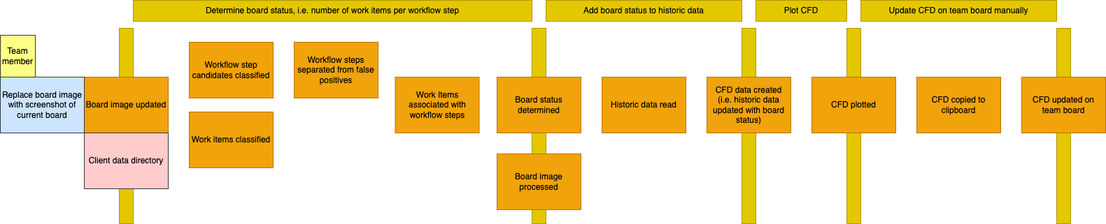
Above: docs/02_refine_subdomains.png in wonderbird/kanban_metrics (draw.io), before the change. Source tidied: cells renumbered, new cells last; positions are measured from the earlier drawing's top-left corner, leaving out a move shared by most shapes. The source it was exported from:
```xml
<mxGraphModel>
  <root>
    <mxCell id="0" />
    <mxCell id="1" parent="0" />
    <mxCell id="2" style="rounded=0;whiteSpace=wrap;html=1;fillColor=#e3c800;strokeColor=#B09500;fontColor=#000000;" parent="1" vertex="1">
      <mxGeometry x="1210" y="40" width="20" height="280" as="geometry" />
    </mxCell>
    <mxCell id="3" style="rounded=0;whiteSpace=wrap;html=1;fillColor=#e3c800;strokeColor=#B09500;fontColor=#000000;" parent="1" vertex="1">
      <mxGeometry x="1510" y="40" width="20" height="280" as="geometry" />
    </mxCell>
    <mxCell id="4" style="rounded=0;whiteSpace=wrap;html=1;fillColor=#e3c800;strokeColor=#B09500;fontColor=#000000;" parent="1" vertex="1">
      <mxGeometry x="170" y="40" width="20" height="280" as="geometry" />
    </mxCell>
    <mxCell id="5" style="rounded=0;whiteSpace=wrap;html=1;fillColor=#e3c800;strokeColor=#B09500;fontColor=#000000;" parent="1" vertex="1">
      <mxGeometry x="1060" y="40" width="20" height="280" as="geometry" />
    </mxCell>
    <mxCell id="6" style="rounded=0;whiteSpace=wrap;html=1;fillColor=#e3c800;strokeColor=#B09500;fontColor=#000000;" parent="1" vertex="1">
      <mxGeometry x="760" y="40" width="20" height="280" as="geometry" />
    </mxCell>
    <mxCell id="7" value="CFD plotted" style="rounded=0;whiteSpace=wrap;html=1;fillColor=#f0a30a;fontColor=#000000;strokeColor=#BD7000;" parent="1" vertex="1">
      <mxGeometry x="1160" y="110" width="120" height="80" as="geometry" />
    </mxCell>
    <mxCell id="8" value="Board status determined" style="rounded=0;whiteSpace=wrap;html=1;fillColor=#f0a30a;fontColor=#000000;strokeColor=#BD7000;" parent="1" vertex="1">
      <mxGeometry x="710" y="110" width="120" height="80" as="geometry" />
    </mxCell>
    <mxCell id="9" value="Work Items associated with workflow steps" style="rounded=0;whiteSpace=wrap;html=1;fillColor=#f0a30a;fontColor=#000000;strokeColor=#BD7000;" parent="1" vertex="1">
      <mxGeometry x="564.5" y="110" width="120" height="80" as="geometry" />
    </mxCell>
    <mxCell id="10" value="Workflow steps separated from false positives" style="rounded=0;whiteSpace=wrap;html=1;fillColor=#f0a30a;fontColor=#000000;strokeColor=#BD7000;" parent="1" vertex="1">
      <mxGeometry x="420" y="60" width="120" height="80" as="geometry" />
    </mxCell>
    <mxCell id="11" value="Board image processed" style="rounded=0;whiteSpace=wrap;html=1;fillColor=#f0a30a;fontColor=#000000;strokeColor=#BD7000;" parent="1" vertex="1">
      <mxGeometry x="710" y="220" width="120" height="80" as="geometry" />
    </mxCell>
    <mxCell id="12" value="Determine board status, i.e. number of work items per workflow step" style="rounded=0;whiteSpace=wrap;html=1;fillColor=#e3c800;strokeColor=#B09500;fontColor=#000000;" parent="1" vertex="1">
      <mxGeometry x="190" width="570" height="30" as="geometry" />
    </mxCell>
    <mxCell id="13" value="CFD data created&lt;br&gt;(i.e. historic data updated with board status)" style="rounded=0;whiteSpace=wrap;html=1;fillColor=#f0a30a;fontColor=#000000;strokeColor=#BD7000;" parent="1" vertex="1">
      <mxGeometry x="1010" y="110" width="120" height="80" as="geometry" />
    </mxCell>
    <mxCell id="14" value="Historic data read" style="rounded=0;whiteSpace=wrap;html=1;fillColor=#f0a30a;fontColor=#000000;strokeColor=#BD7000;" parent="1" vertex="1">
      <mxGeometry x="860" y="110" width="120" height="80" as="geometry" />
    </mxCell>
    <mxCell id="15" value="Work items classified" style="rounded=0;whiteSpace=wrap;html=1;fillColor=#f0a30a;fontColor=#000000;strokeColor=#BD7000;" parent="1" vertex="1">
      <mxGeometry x="270" y="160" width="120" height="80" as="geometry" />
    </mxCell>
    <mxCell id="16" value="Workflow step candidates classified" style="rounded=0;whiteSpace=wrap;html=1;fillColor=#f0a30a;fontColor=#000000;strokeColor=#BD7000;" parent="1" vertex="1">
      <mxGeometry x="270" y="60" width="120" height="80" as="geometry" />
    </mxCell>
    <mxCell id="17" value="Add board status to historic data" style="rounded=0;whiteSpace=wrap;html=1;fillColor=#e3c800;strokeColor=#B09500;fontColor=#000000;" parent="1" vertex="1">
      <mxGeometry x="780" width="280" height="30" as="geometry" />
    </mxCell>
    <mxCell id="18" value="Update CFD on team board manually" style="rounded=0;whiteSpace=wrap;html=1;fillColor=#e3c800;strokeColor=#B09500;fontColor=#000000;" parent="1" vertex="1">
      <mxGeometry x="1230" width="280" height="30" as="geometry" />
    </mxCell>
    <mxCell id="19" value="Board image updated" style="rounded=0;whiteSpace=wrap;html=1;fillColor=#f0a30a;fontColor=#000000;strokeColor=#BD7000;" parent="1" vertex="1">
      <mxGeometry x="120" y="110" width="120" height="80" as="geometry" />
    </mxCell>
    <mxCell id="20" value="CFD copied to clipboard" style="rounded=0;whiteSpace=wrap;html=1;fillColor=#f0a30a;fontColor=#000000;strokeColor=#BD7000;" parent="1" vertex="1">
      <mxGeometry x="1310" y="110" width="120" height="80" as="geometry" />
    </mxCell>
    <mxCell id="21" value="CFD updated on team board" style="rounded=0;whiteSpace=wrap;html=1;fillColor=#f0a30a;fontColor=#000000;strokeColor=#BD7000;" parent="1" vertex="1">
      <mxGeometry x="1460" y="110" width="120" height="80" as="geometry" />
    </mxCell>
    <mxCell id="22" value="Plot CFD" style="rounded=0;whiteSpace=wrap;html=1;fillColor=#e3c800;strokeColor=#B09500;fontColor=#000000;" parent="1" vertex="1">
      <mxGeometry x="1080" width="130" height="30" as="geometry" />
    </mxCell>
    <mxCell id="23" value="Client data directory" style="rounded=0;whiteSpace=wrap;html=1;fillColor=#ffcccc;strokeColor=#36393d;fontColor=#000000;" parent="1" vertex="1">
      <mxGeometry x="120" y="190" width="120" height="80" as="geometry" />
    </mxCell>
    <mxCell id="24" value="Replace board image with screenshot of current board" style="rounded=0;whiteSpace=wrap;html=1;fillColor=#cce5ff;strokeColor=#36393d;fontColor=#000000;" parent="1" vertex="1">
      <mxGeometry y="110" width="120" height="80" as="geometry" />
    </mxCell>
    <mxCell id="25" value="Team member" style="rounded=0;whiteSpace=wrap;html=1;fillColor=#ffff88;strokeColor=#36393d;fontColor=#000000;" parent="1" vertex="1">
      <mxGeometry y="50" width="50" height="60" as="geometry" />
    </mxCell>
  </root>
</mxGraphModel>
```
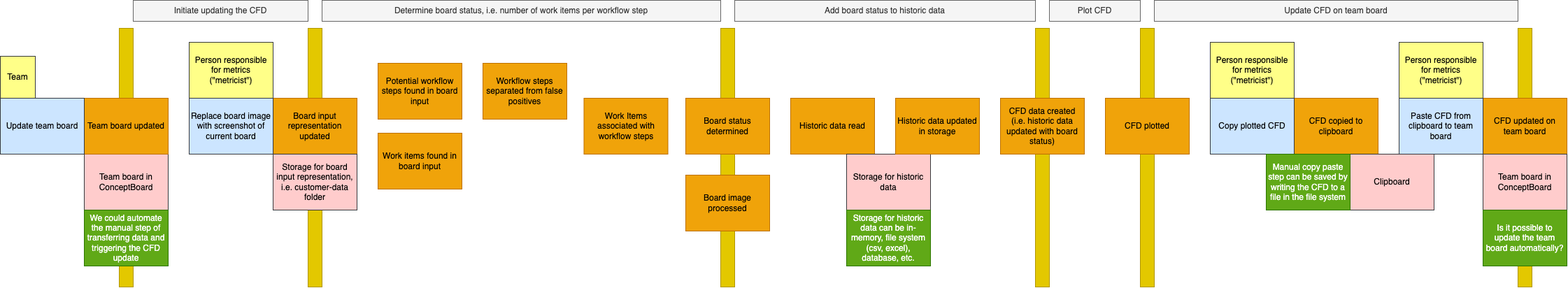
Later version of the same file.

Commit message:
docs: refine the big picture event storming

The edit, as a diff of the source:
```diff
@@ -2,23 +2,26 @@
   <root>
     <mxCell id="0" />
     <mxCell id="1" parent="0" />
+    <mxCell id="26" style="rounded=0;whiteSpace=wrap;html=1;fillColor=#e3c800;strokeColor=#B09500;fontColor=#000000;" parent="1" vertex="1">
+      <mxGeometry x="-100" y="10" width="20" height="370" as="geometry" />
+    </mxCell>
     <mxCell id="2" style="rounded=0;whiteSpace=wrap;html=1;fillColor=#e3c800;strokeColor=#B09500;fontColor=#000000;" parent="1" vertex="1">
-      <mxGeometry x="1210" y="40" width="20" height="280" as="geometry" />
+      <mxGeometry x="1360" y="10" width="20" height="370" as="geometry" />
     </mxCell>
     <mxCell id="3" style="rounded=0;whiteSpace=wrap;html=1;fillColor=#e3c800;strokeColor=#B09500;fontColor=#000000;" parent="1" vertex="1">
-      <mxGeometry x="1510" y="40" width="20" height="280" as="geometry" />
+      <mxGeometry x="1900" y="10" width="20" height="370" as="geometry" />
     </mxCell>
     <mxCell id="4" style="rounded=0;whiteSpace=wrap;html=1;fillColor=#e3c800;strokeColor=#B09500;fontColor=#000000;" parent="1" vertex="1">
-      <mxGeometry x="170" y="40" width="20" height="280" as="geometry" />
+      <mxGeometry x="170" y="10" width="20" height="370" as="geometry" />
     </mxCell>
     <mxCell id="5" style="rounded=0;whiteSpace=wrap;html=1;fillColor=#e3c800;strokeColor=#B09500;fontColor=#000000;" parent="1" vertex="1">
-      <mxGeometry x="1060" y="40" width="20" height="280" as="geometry" />
+      <mxGeometry x="1210" y="10" width="20" height="370" as="geometry" />
     </mxCell>
     <mxCell id="6" style="rounded=0;whiteSpace=wrap;html=1;fillColor=#e3c800;strokeColor=#B09500;fontColor=#000000;" parent="1" vertex="1">
-      <mxGeometry x="760" y="40" width="20" height="280" as="geometry" />
+      <mxGeometry x="760" y="10" width="20" height="370" as="geometry" />
     </mxCell>
     <mxCell id="7" value="CFD plotted" style="rounded=0;whiteSpace=wrap;html=1;fillColor=#f0a30a;fontColor=#000000;strokeColor=#BD7000;" parent="1" vertex="1">
-      <mxGeometry x="1160" y="110" width="120" height="80" as="geometry" />
+      <mxGeometry x="1310" y="110" width="120" height="80" as="geometry" />
     </mxCell>
     <mxCell id="8" value="Board status determined" style="rounded=0;whiteSpace=wrap;html=1;fillColor=#f0a30a;fontColor=#000000;strokeColor=#BD7000;" parent="1" vertex="1">
       <mxGeometry x="710" y="110" width="120" height="80" as="geometry" />
@@ -32,47 +35,98 @@
     <mxCell id="11" value="Board image processed" style="rounded=0;whiteSpace=wrap;html=1;fillColor=#f0a30a;fontColor=#000000;strokeColor=#BD7000;" parent="1" vertex="1">
       <mxGeometry x="710" y="220" width="120" height="80" as="geometry" />
     </mxCell>
-    <mxCell id="12" value="Determine board status, i.e. number of work items per workflow step" style="rounded=0;whiteSpace=wrap;html=1;fillColor=#e3c800;strokeColor=#B09500;fontColor=#000000;" parent="1" vertex="1">
-      <mxGeometry x="190" width="570" height="30" as="geometry" />
+    <mxCell id="12" value="Determine board status, i.e. number of work items per workflow step" style="rounded=0;whiteSpace=wrap;html=1;fillColor=#f5f5f5;strokeColor=#666666;fontColor=#333333;" parent="1" vertex="1">
+      <mxGeometry x="190" y="-30" width="570" height="30" as="geometry" />
     </mxCell>
     <mxCell id="13" value="CFD data created&lt;br&gt;(i.e. historic data updated with board status)" style="rounded=0;whiteSpace=wrap;html=1;fillColor=#f0a30a;fontColor=#000000;strokeColor=#BD7000;" parent="1" vertex="1">
-      <mxGeometry x="1010" y="110" width="120" height="80" as="geometry" />
+      <mxGeometry x="1160" y="110" width="120" height="80" as="geometry" />
     </mxCell>
     <mxCell id="14" value="Historic data read" style="rounded=0;whiteSpace=wrap;html=1;fillColor=#f0a30a;fontColor=#000000;strokeColor=#BD7000;" parent="1" vertex="1">
       <mxGeometry x="860" y="110" width="120" height="80" as="geometry" />
     </mxCell>
-    <mxCell id="15" value="Work items classified" style="rounded=0;whiteSpace=wrap;html=1;fillColor=#f0a30a;fontColor=#000000;strokeColor=#BD7000;" parent="1" vertex="1">
+    <mxCell id="15" value="Work items found in board input" style="rounded=0;whiteSpace=wrap;html=1;fillColor=#f0a30a;fontColor=#000000;strokeColor=#BD7000;" parent="1" vertex="1">
       <mxGeometry x="270" y="160" width="120" height="80" as="geometry" />
     </mxCell>
-    <mxCell id="16" value="Workflow step candidates classified" style="rounded=0;whiteSpace=wrap;html=1;fillColor=#f0a30a;fontColor=#000000;strokeColor=#BD7000;" parent="1" vertex="1">
+    <mxCell id="16" value="Potential workflow steps found in board input" style="rounded=0;whiteSpace=wrap;html=1;fillColor=#f0a30a;fontColor=#000000;strokeColor=#BD7000;" parent="1" vertex="1">
       <mxGeometry x="270" y="60" width="120" height="80" as="geometry" />
     </mxCell>
-    <mxCell id="17" value="Add board status to historic data" style="rounded=0;whiteSpace=wrap;html=1;fillColor=#e3c800;strokeColor=#B09500;fontColor=#000000;" parent="1" vertex="1">
-      <mxGeometry x="780" width="280" height="30" as="geometry" />
+    <mxCell id="17" value="Add board status to historic data" style="rounded=0;whiteSpace=wrap;html=1;fillColor=#f5f5f5;strokeColor=#666666;fontColor=#333333;" parent="1" vertex="1">
+      <mxGeometry x="780" y="-30" width="430" height="30" as="geometry" />
     </mxCell>
-    <mxCell id="18" value="Update CFD on team board manually" style="rounded=0;whiteSpace=wrap;html=1;fillColor=#e3c800;strokeColor=#B09500;fontColor=#000000;" parent="1" vertex="1">
-      <mxGeometry x="1230" width="280" height="30" as="geometry" />
+    <mxCell id="18" value="Update CFD on team board" style="rounded=0;whiteSpace=wrap;html=1;fillColor=#f5f5f5;strokeColor=#666666;fontColor=#333333;" parent="1" vertex="1">
+      <mxGeometry x="1380" y="-30" width="520" height="30" as="geometry" />
     </mxCell>
-    <mxCell id="19" value="Board image updated" style="rounded=0;whiteSpace=wrap;html=1;fillColor=#f0a30a;fontColor=#000000;strokeColor=#BD7000;" parent="1" vertex="1">
+    <mxCell id="19" value="Board input representation updated" style="rounded=0;whiteSpace=wrap;html=1;fillColor=#f0a30a;fontColor=#000000;strokeColor=#BD7000;" parent="1" vertex="1">
       <mxGeometry x="120" y="110" width="120" height="80" as="geometry" />
     </mxCell>
     <mxCell id="20" value="CFD copied to clipboard" style="rounded=0;whiteSpace=wrap;html=1;fillColor=#f0a30a;fontColor=#000000;strokeColor=#BD7000;" parent="1" vertex="1">
-      <mxGeometry x="1310" y="110" width="120" height="80" as="geometry" />
+      <mxGeometry x="1580" y="110" width="120" height="80" as="geometry" />
     </mxCell>
     <mxCell id="21" value="CFD updated on team board" style="rounded=0;whiteSpace=wrap;html=1;fillColor=#f0a30a;fontColor=#000000;strokeColor=#BD7000;" parent="1" vertex="1">
-      <mxGeometry x="1460" y="110" width="120" height="80" as="geometry" />
+      <mxGeometry x="1850" y="110" width="120" height="80" as="geometry" />
     </mxCell>
-    <mxCell id="22" value="Plot CFD" style="rounded=0;whiteSpace=wrap;html=1;fillColor=#e3c800;strokeColor=#B09500;fontColor=#000000;" parent="1" vertex="1">
-      <mxGeometry x="1080" width="130" height="30" as="geometry" />
+    <mxCell id="22" value="Plot CFD" style="rounded=0;whiteSpace=wrap;html=1;fillColor=#f5f5f5;strokeColor=#666666;fontColor=#333333;" parent="1" vertex="1">
+      <mxGeometry x="1230" y="-30" width="130" height="30" as="geometry" />
     </mxCell>
-    <mxCell id="23" value="Client data directory" style="rounded=0;whiteSpace=wrap;html=1;fillColor=#ffcccc;strokeColor=#36393d;fontColor=#000000;" parent="1" vertex="1">
-      <mxGeometry x="120" y="190" width="120" height="80" as="geometry" />
+    <mxCell id="23" value="Team board in ConceptBoard" style="rounded=0;whiteSpace=wrap;html=1;fillColor=#ffcccc;strokeColor=#36393d;fontColor=#000000;" parent="1" vertex="1">
+      <mxGeometry x="-150" y="190" width="120" height="80" as="geometry" />
     </mxCell>
     <mxCell id="24" value="Replace board image with screenshot of current board" style="rounded=0;whiteSpace=wrap;html=1;fillColor=#cce5ff;strokeColor=#36393d;fontColor=#000000;" parent="1" vertex="1">
       <mxGeometry y="110" width="120" height="80" as="geometry" />
     </mxCell>
-    <mxCell id="25" value="Team member" style="rounded=0;whiteSpace=wrap;html=1;fillColor=#ffff88;strokeColor=#36393d;fontColor=#000000;" parent="1" vertex="1">
-      <mxGeometry y="50" width="50" height="60" as="geometry" />
+    <mxCell id="25" value="Person responsible for metrics (&quot;metricist&quot;)" style="rounded=0;whiteSpace=wrap;html=1;fillColor=#ffff88;strokeColor=#36393d;fontColor=#000000;" parent="1" vertex="1">
+      <mxGeometry y="30" width="120" height="80" as="geometry" />
     </mxCell>
+    <mxCell id="27" value="Team board updated" style="rounded=0;whiteSpace=wrap;html=1;fillColor=#f0a30a;fontColor=#000000;strokeColor=#BD7000;" parent="1" vertex="1">
+      <mxGeometry x="-150" y="110" width="120" height="80" as="geometry" />
+    </mxCell>
+    <mxCell id="28" value="Team" style="rounded=0;whiteSpace=wrap;html=1;fillColor=#ffff88;strokeColor=#36393d;fontColor=#000000;" parent="1" vertex="1">
+      <mxGeometry x="-270" y="50" width="50" height="60" as="geometry" />
+    </mxCell>
+    <mxCell id="29" value="Update team board" style="rounded=0;whiteSpace=wrap;html=1;fillColor=#cce5ff;strokeColor=#36393d;fontColor=#000000;" parent="1" vertex="1">
+      <mxGeometry x="-270" y="110" width="120" height="80" as="geometry" />
+    </mxCell>
+    <mxCell id="30" value="Storage for historic data" style="rounded=0;whiteSpace=wrap;html=1;fillColor=#ffcccc;strokeColor=#36393d;fontColor=#000000;" parent="1" vertex="1">
+      <mxGeometry x="940" y="190" width="120" height="80" as="geometry" />
+    </mxCell>
+    <mxCell id="31" value="Historic data updated in storage" style="rounded=0;whiteSpace=wrap;html=1;fillColor=#f0a30a;fontColor=#000000;strokeColor=#BD7000;" parent="1" vertex="1">
+      <mxGeometry x="1010" y="110" width="120" height="80" as="geometry" />
+    </mxCell>
+    <mxCell id="32" value="Storage for historic data can be in-memory, file system (csv, excel), database, etc." style="rounded=0;whiteSpace=wrap;html=1;fillColor=#60a917;strokeColor=#2D7600;fontColor=#ffffff;" parent="1" vertex="1">
+      <mxGeometry x="940" y="270" width="120" height="80" as="geometry" />
+    </mxCell>
+    <mxCell id="33" value="Copy plotted CFD" style="rounded=0;whiteSpace=wrap;html=1;fillColor=#cce5ff;strokeColor=#36393d;fontColor=#000000;" parent="1" vertex="1">
+      <mxGeometry x="1460" y="110" width="120" height="80" as="geometry" />
+    </mxCell>
+    <mxCell id="34" value="Paste CFD from clipboard to team board" style="rounded=0;whiteSpace=wrap;html=1;fillColor=#cce5ff;strokeColor=#36393d;fontColor=#000000;" parent="1" vertex="1">
+      <mxGeometry x="1730" y="110" width="120" height="80" as="geometry" />
+    </mxCell>
+    <mxCell id="35" value="Clipboard" style="rounded=0;whiteSpace=wrap;html=1;fillColor=#ffcccc;strokeColor=#36393d;fontColor=#000000;" parent="1" vertex="1">
+      <mxGeometry x="1660" y="190" width="120" height="80" as="geometry" />
+    </mxCell>
+    <mxCell id="36" value="Manual copy paste step can be saved by writing the CFD to a file in the file system" style="rounded=0;whiteSpace=wrap;html=1;fillColor=#60a917;strokeColor=#2D7600;fontColor=#ffffff;" parent="1" vertex="1">
+      <mxGeometry x="1540" y="190" width="120" height="80" as="geometry" />
+    </mxCell>
+    <mxCell id="37" value="Team board in ConceptBoard" style="rounded=0;whiteSpace=wrap;html=1;fillColor=#ffcccc;strokeColor=#36393d;fontColor=#000000;" parent="1" vertex="1">
+      <mxGeometry x="1850" y="190" width="120" height="80" as="geometry" />
+    </mxCell>
+    <mxCell id="38" value="Person responsible for metrics (&quot;metricist&quot;)" style="rounded=0;whiteSpace=wrap;html=1;fillColor=#ffff88;strokeColor=#36393d;fontColor=#000000;" parent="1" vertex="1">
+      <mxGeometry x="1460" y="30" width="120" height="80" as="geometry" />
+    </mxCell>
+    <mxCell id="39" value="Person responsible for metrics (&quot;metricist&quot;)" style="rounded=0;whiteSpace=wrap;html=1;fillColor=#ffff88;strokeColor=#36393d;fontColor=#000000;" parent="1" vertex="1">
+      <mxGeometry x="1730" y="30" width="120" height="80" as="geometry" />
+    </mxCell>
+    <mxCell id="40" value="Storage for board input representation, i.e. customer-data folder" style="rounded=0;whiteSpace=wrap;html=1;fillColor=#ffcccc;strokeColor=#36393d;fontColor=#000000;" parent="1" vertex="1">
+      <mxGeometry x="120" y="190" width="120" height="80" as="geometry" />
+    </mxCell>
+    <mxCell id="41" value="Initiate updating the CFD" style="rounded=0;whiteSpace=wrap;html=1;fillColor=#f5f5f5;strokeColor=#666666;fontColor=#333333;" parent="1" vertex="1">
+      <mxGeometry x="-80" y="-30" width="250" height="30" as="geometry" />
+    </mxCell>
+    <mxCell id="42" value="We could automate the manual step of transferring data and triggering the CFD update" style="rounded=0;whiteSpace=wrap;html=1;fillColor=#60a917;strokeColor=#2D7600;fontColor=#ffffff;" parent="1" vertex="1">
+      <mxGeometry x="-150" y="270" width="120" height="80" as="geometry" />
+    </mxCell>
+    <mxCell id="43" value="Is it possible to update the team board automatically?" style="rounded=0;whiteSpace=wrap;html=1;fillColor=#60a917;strokeColor=#2D7600;fontColor=#ffffff;" parent="1" vertex="1">
+      <mxGeometry x="1850" y="270" width="120" height="80" as="geometry" />
+    </mxCell>
   </root>
 </mxGraphModel>
```
